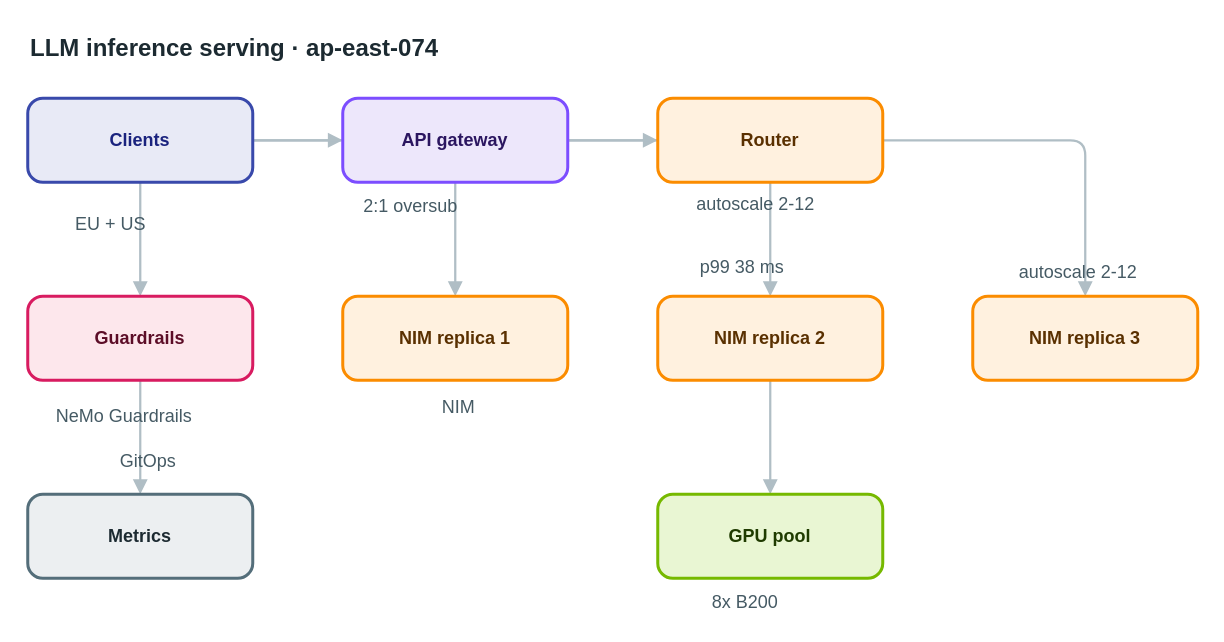
The draw.io diagram apps/web/public/samples/library/074-llm-inference-serving.drawio in AryanG01/open-apprentice, before the edit. Source tidied: cells renumbered, new cells numbered last; positions are measured from the earlier drawing's top-left corner, leaving out a move shared by most shapes. Both pictures are drawn from the tidied source at 150%, with x=0, y=0 at pixel (27, 26).
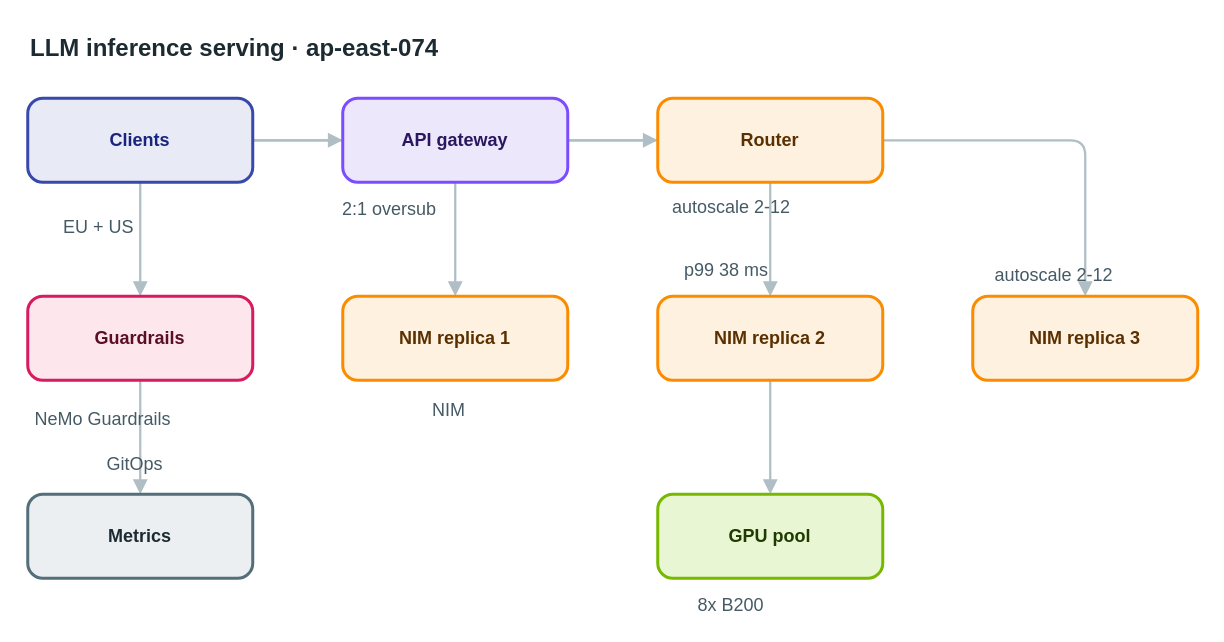
The same page after the edit.

What changed in the source:
```diff
@@
-    <mxCell id="20" value="EU + US" style="text;html=1;align=center;verticalAlign=middle;whiteSpace=nowrap;strokeColor=none;fillColor=none;fontSize=12;fontColor=#455a64;" parent="1" vertex="1">
+    <mxCell id="20" value="EU + US" style="text;html=1;align=left;verticalAlign=top;whiteSpace=nowrap;spacing=0;spacingTop=0;strokeColor=none;fillColor=none;fontSize=12;fontColor=#455a64;" parent="1" vertex="1">
       <mxGeometry x="24" y="122" width="61" height="20" as="geometry" />
     </mxCell>
-    <mxCell id="21" value="2:1 oversub" style="text;html=1;align=center;verticalAlign=middle;whiteSpace=nowrap;strokeColor=none;fillColor=none;fontSize=12;fontColor=#455a64;" parent="1" vertex="1">
+    <mxCell id="21" value="2:1 oversub" style="text;html=1;align=left;verticalAlign=top;whiteSpace=nowrap;spacing=0;spacingTop=0;strokeColor=none;fillColor=none;fontSize=12;fontColor=#455a64;" parent="1" vertex="1">
       <mxGeometry x="210" y="110" width="89" height="20" as="geometry" />
     </mxCell>
-    <mxCell id="22" value="autoscale 2-12" style="text;html=1;align=center;verticalAlign=middle;whiteSpace=nowrap;strokeColor=none;fillColor=none;fontSize=12;fontColor=#455a64;" parent="1" vertex="1">
+    <mxCell id="22" value="autoscale 2-12" style="text;html=1;align=left;verticalAlign=top;whiteSpace=nowrap;spacing=0;spacingTop=0;strokeColor=none;fillColor=none;fontSize=12;fontColor=#455a64;" parent="1" vertex="1">
       <mxGeometry x="430" y="109" width="110" height="20" as="geometry" />
     </mxCell>
-    <mxCell id="23" value="NIM" style="text;html=1;align=center;verticalAlign=middle;whiteSpace=nowrap;strokeColor=none;fillColor=none;fontSize=12;fontColor=#455a64;" parent="1" vertex="1">
+    <mxCell id="23" value="NIM" style="text;html=1;align=left;verticalAlign=top;whiteSpace=nowrap;spacing=0;spacingTop=0;strokeColor=none;fillColor=none;fontSize=12;fontColor=#455a64;" parent="1" vertex="1">
       <mxGeometry x="270" y="244" width="33" height="20" as="geometry" />
     </mxCell>
-    <mxCell id="24" value="p99 38 ms" style="text;html=1;align=center;verticalAlign=middle;whiteSpace=nowrap;strokeColor=none;fillColor=none;fontSize=12;fontColor=#455a64;" parent="1" vertex="1">
+    <mxCell id="24" value="p99 38 ms" style="text;html=1;align=left;verticalAlign=top;whiteSpace=nowrap;spacing=0;spacingTop=0;strokeColor=none;fillColor=none;fontSize=12;fontColor=#455a64;" parent="1" vertex="1">
       <mxGeometry x="438" y="151" width="75" height="20" as="geometry" />
     </mxCell>
-    <mxCell id="25" value="autoscale 2-12" style="text;html=1;align=center;verticalAlign=middle;whiteSpace=nowrap;strokeColor=none;fillColor=none;fontSize=12;fontColor=#455a64;" parent="1" vertex="1">
+    <mxCell id="25" value="autoscale 2-12" style="text;html=1;align=left;verticalAlign=top;whiteSpace=nowrap;spacing=0;spacingTop=0;strokeColor=none;fillColor=none;fontSize=12;fontColor=#455a64;" parent="1" vertex="1">
       <mxGeometry x="645" y="154" width="110" height="20" as="geometry" />
     </mxCell>
-    <mxCell id="26" value="8x B200" style="text;html=1;align=center;verticalAlign=middle;whiteSpace=nowrap;strokeColor=none;fillColor=none;fontSize=12;fontColor=#455a64;" parent="1" vertex="1">
+    <mxCell id="26" value="8x B200" style="text;html=1;align=left;verticalAlign=top;whiteSpace=nowrap;spacing=0;spacingTop=0;strokeColor=none;fillColor=none;fontSize=12;fontColor=#455a64;" parent="1" vertex="1">
       <mxGeometry x="447" y="374" width="61" height="20" as="geometry" />
     </mxCell>
-    <mxCell id="27" value="NeMo Guardrails" style="text;html=1;align=center;verticalAlign=middle;whiteSpace=nowrap;strokeColor=none;fillColor=none;fontSize=12;fontColor=#455a64;" parent="1" vertex="1">
+    <mxCell id="27" value="NeMo Guardrails" style="text;html=1;align=left;verticalAlign=top;whiteSpace=nowrap;spacing=0;spacingTop=0;strokeColor=none;fillColor=none;fontSize=12;fontColor=#455a64;" parent="1" vertex="1">
       <mxGeometry x="5" y="250" width="117" height="20" as="geometry" />
     </mxCell>
-    <mxCell id="28" value="GitOps" style="text;html=1;align=center;verticalAlign=middle;whiteSpace=nowrap;strokeColor=none;fillColor=none;fontSize=12;fontColor=#455a64;" parent="1" vertex="1">
+    <mxCell id="28" value="GitOps" style="text;html=1;align=left;verticalAlign=top;whiteSpace=nowrap;spacing=0;spacingTop=0;strokeColor=none;fillColor=none;fontSize=12;fontColor=#455a64;" parent="1" vertex="1">
       <mxGeometry x="53" y="280" width="54" height="20" as="geometry" />
     </mxCell>
```
